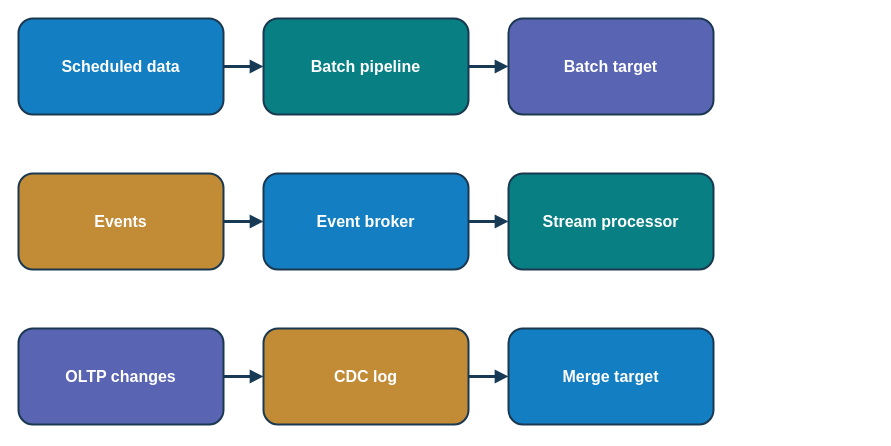
Above: page "Batch, streaming and CDC patterns" (3 of 4) of 01-data-engineering-foundations/01-introduction-to-data-engineering/architecture/day01-architectures.drawio in Techskills-Aus/azure-data-engineering (draw.io), before the change. Source tidied: cells renumbered, new cells numbered last; positions are measured from the earlier drawing's top-left corner, leaving out a move shared by most shapes. Both pictures are drawn from the tidied source at 100%, with x=0, y=0 at pixel (18, 18).
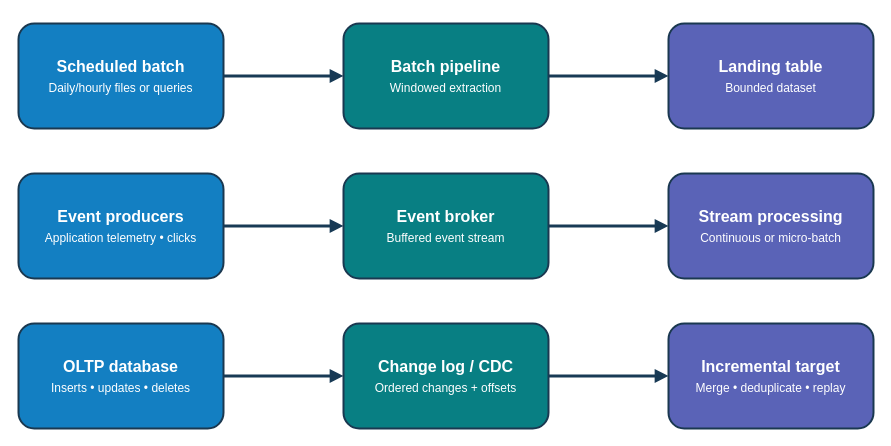
The same page after the edit.

The edit, as a diff of the source:
```diff
@@
 <mxGraphModel>
   <root>
     <mxCell id="0" />
     <mxCell id="1" parent="0" />
-    <mxCell id="2" value="Scheduled data" style="rounded=1;whiteSpace=wrap;html=1;fillColor=#137FC2;strokeColor=#1A3850;strokeWidth=2;fontColor=#FFFFFF;fontSize=16;fontStyle=1;align=center;verticalAlign=middle;" parent="1" vertex="1">
-      <mxGeometry width="205" height="96" as="geometry" />
-    </mxCell>
-    <mxCell id="3" value="Batch pipeline" style="rounded=1;whiteSpace=wrap;html=1;fillColor=#087F83;strokeColor=#1A3850;strokeWidth=2;fontColor=#FFFFFF;fontSize=16;fontStyle=1;align=center;verticalAlign=middle;" parent="1" vertex="1">
-      <mxGeometry x="245" width="205" height="96" as="geometry" />
-    </mxCell>
-    <mxCell id="4" style="edgeStyle=orthogonalEdgeStyle;rounded=1;html=1;endArrow=block;endFill=1;strokeColor=#183A55;strokeWidth=3;" parent="1" edge="1" source="2" target="3">
-      <mxGeometry relative="1" as="geometry" />
-    </mxCell>
-    <mxCell id="5" value="Batch target" style="rounded=1;whiteSpace=wrap;html=1;fillColor=#5964B3;strokeColor=#1A3850;strokeWidth=2;fontColor=#FFFFFF;fontSize=16;fontStyle=1;align=center;verticalAlign=middle;" parent="1" vertex="1">
-      <mxGeometry x="490" width="205" height="96" as="geometry" />
-    </mxCell>
-    <mxCell id="6" style="edgeStyle=orthogonalEdgeStyle;rounded=1;html=1;endArrow=block;endFill=1;strokeColor=#183A55;strokeWidth=3;" parent="1" edge="1" source="3" target="5">
-      <mxGeometry relative="1" as="geometry" />
-    </mxCell>
-    <mxCell id="7" value="Events" style="rounded=1;whiteSpace=wrap;html=1;fillColor=#C28B36;strokeColor=#1A3850;strokeWidth=2;fontColor=#FFFFFF;fontSize=16;fontStyle=1;align=center;verticalAlign=middle;" parent="1" vertex="1">
-      <mxGeometry y="155" width="205" height="96" as="geometry" />
-    </mxCell>
-    <mxCell id="8" value="Event broker" style="rounded=1;whiteSpace=wrap;html=1;fillColor=#137FC2;strokeColor=#1A3850;strokeWidth=2;fontColor=#FFFFFF;fontSize=16;fontStyle=1;align=center;verticalAlign=middle;" parent="1" vertex="1">
-      <mxGeometry x="245" y="155" width="205" height="96" as="geometry" />
-    </mxCell>
-    <mxCell id="9" style="edgeStyle=orthogonalEdgeStyle;rounded=1;html=1;endArrow=block;endFill=1;strokeColor=#183A55;strokeWidth=3;" parent="1" edge="1" source="7" target="8">
-      <mxGeometry relative="1" as="geometry" />
-    </mxCell>
-    <mxCell id="10" value="Stream processor" style="rounded=1;whiteSpace=wrap;html=1;fillColor=#087F83;strokeColor=#1A3850;strokeWidth=2;fontColor=#FFFFFF;fontSize=16;fontStyle=1;align=center;verticalAlign=middle;" parent="1" vertex="1">
-      <mxGeometry x="490" y="155" width="205" height="96" as="geometry" />
-    </mxCell>
-    <mxCell id="11" style="edgeStyle=orthogonalEdgeStyle;rounded=1;html=1;endArrow=block;endFill=1;strokeColor=#183A55;strokeWidth=3;" parent="1" edge="1" source="8" target="10">
-      <mxGeometry relative="1" as="geometry" />
-    </mxCell>
-    <mxCell id="12" value="OLTP changes" style="rounded=1;whiteSpace=wrap;html=1;fillColor=#5964B3;strokeColor=#1A3850;strokeWidth=2;fontColor=#FFFFFF;fontSize=16;fontStyle=1;align=center;verticalAlign=middle;" parent="1" vertex="1">
-      <mxGeometry y="310" width="205" height="96" as="geometry" />
-    </mxCell>
-    <mxCell id="13" value="CDC log" style="rounded=1;whiteSpace=wrap;html=1;fillColor=#C28B36;strokeColor=#1A3850;strokeWidth=2;fontColor=#FFFFFF;fontSize=16;fontStyle=1;align=center;verticalAlign=middle;" parent="1" vertex="1">
-      <mxGeometry x="245" y="310" width="205" height="96" as="geometry" />
-    </mxCell>
-    <mxCell id="14" style="edgeStyle=orthogonalEdgeStyle;rounded=1;html=1;endArrow=block;endFill=1;strokeColor=#183A55;strokeWidth=3;" parent="1" edge="1" source="12" target="13">
-      <mxGeometry relative="1" as="geometry" />
-    </mxCell>
-    <mxCell id="15" value="Merge target" style="rounded=1;whiteSpace=wrap;html=1;fillColor=#137FC2;strokeColor=#1A3850;strokeWidth=2;fontColor=#FFFFFF;fontSize=16;fontStyle=1;align=center;verticalAlign=middle;" parent="1" vertex="1">
-      <mxGeometry x="490" y="310" width="205" height="96" as="geometry" />
-    </mxCell>
-    <mxCell id="16" style="edgeStyle=orthogonalEdgeStyle;rounded=1;html=1;endArrow=block;endFill=1;strokeColor=#183A55;strokeWidth=3;" parent="1" edge="1" source="13" target="15">
-      <mxGeometry relative="1" as="geometry" />
-    </mxCell>
+    <mxCell id="17" value="&lt;b&gt;Scheduled batch&lt;/b&gt;&lt;br&gt;&lt;font style=&quot;font-size:12px&quot;&gt;Daily/hourly files or queries&lt;/font&gt;" style="rounded=1;whiteSpace=wrap;html=1;fillColor=#137FC2;strokeColor=#1A3850;strokeWidth=2;fontColor=#FFFFFF;fontSize=16;align=center;verticalAlign=middle;spacing=9;shadow=0;" parent="1" vertex="1">
+      <mxGeometry y="5" width="205" height="105" as="geometry" />
+    </mxCell>
+    <mxCell id="18" value="&lt;b&gt;Batch pipeline&lt;/b&gt;&lt;br&gt;&lt;font style=&quot;font-size:12px&quot;&gt;Windowed extraction&lt;/font&gt;" style="rounded=1;whiteSpace=wrap;html=1;fillColor=#087F83;strokeColor=#1A3850;strokeWidth=2;fontColor=#FFFFFF;fontSize=16;align=center;verticalAlign=middle;spacing=9;shadow=0;" parent="1" vertex="1">
+      <mxGeometry x="325" y="5" width="205" height="105" as="geometry" />
+    </mxCell>
+    <mxCell id="19" value="&lt;b&gt;Landing table&lt;/b&gt;&lt;br&gt;&lt;font style=&quot;font-size:12px&quot;&gt;Bounded dataset&lt;/font&gt;" style="rounded=1;whiteSpace=wrap;html=1;fillColor=#5A63B7;strokeColor=#1A3850;strokeWidth=2;fontColor=#FFFFFF;fontSize=16;align=center;verticalAlign=middle;spacing=9;shadow=0;" parent="1" vertex="1">
+      <mxGeometry x="650" y="5" width="205" height="105" as="geometry" />
+    </mxCell>
+    <mxCell id="20" value="&lt;b&gt;Event producers&lt;/b&gt;&lt;br&gt;&lt;font style=&quot;font-size:12px&quot;&gt;Application telemetry • clicks&lt;/font&gt;" style="rounded=1;whiteSpace=wrap;html=1;fillColor=#137FC2;strokeColor=#1A3850;strokeWidth=2;fontColor=#FFFFFF;fontSize=16;align=center;verticalAlign=middle;spacing=9;shadow=0;" parent="1" vertex="1">
+      <mxGeometry y="155" width="205" height="105" as="geometry" />
+    </mxCell>
+    <mxCell id="21" value="&lt;b&gt;Event broker&lt;/b&gt;&lt;br&gt;&lt;font style=&quot;font-size:12px&quot;&gt;Buffered event stream&lt;/font&gt;" style="rounded=1;whiteSpace=wrap;html=1;fillColor=#087F83;strokeColor=#1A3850;strokeWidth=2;fontColor=#FFFFFF;fontSize=16;align=center;verticalAlign=middle;spacing=9;shadow=0;" parent="1" vertex="1">
+      <mxGeometry x="325" y="155" width="205" height="105" as="geometry" />
+    </mxCell>
+    <mxCell id="22" value="&lt;b&gt;Stream processing&lt;/b&gt;&lt;br&gt;&lt;font style=&quot;font-size:12px&quot;&gt;Continuous or micro-batch&lt;/font&gt;" style="rounded=1;whiteSpace=wrap;html=1;fillColor=#5A63B7;strokeColor=#1A3850;strokeWidth=2;fontColor=#FFFFFF;fontSize=16;align=center;verticalAlign=middle;spacing=9;shadow=0;" parent="1" vertex="1">
+      <mxGeometry x="650" y="155" width="205" height="105" as="geometry" />
+    </mxCell>
+    <mxCell id="23" value="&lt;b&gt;OLTP database&lt;/b&gt;&lt;br&gt;&lt;font style=&quot;font-size:12px&quot;&gt;Inserts • updates • deletes&lt;/font&gt;" style="rounded=1;whiteSpace=wrap;html=1;fillColor=#137FC2;strokeColor=#1A3850;strokeWidth=2;fontColor=#FFFFFF;fontSize=16;align=center;verticalAlign=middle;spacing=9;shadow=0;" parent="1" vertex="1">
+      <mxGeometry y="305" width="205" height="105" as="geometry" />
+    </mxCell>
+    <mxCell id="24" value="&lt;b&gt;Change log / CDC&lt;/b&gt;&lt;br&gt;&lt;font style=&quot;font-size:12px&quot;&gt;Ordered changes + offsets&lt;/font&gt;" style="rounded=1;whiteSpace=wrap;html=1;fillColor=#087F83;strokeColor=#1A3850;strokeWidth=2;fontColor=#FFFFFF;fontSize=16;align=center;verticalAlign=middle;spacing=9;shadow=0;" parent="1" vertex="1">
+      <mxGeometry x="325" y="305" width="205" height="105" as="geometry" />
+    </mxCell>
+    <mxCell id="25" value="&lt;b&gt;Incremental target&lt;/b&gt;&lt;br&gt;&lt;font style=&quot;font-size:12px&quot;&gt;Merge • deduplicate • replay&lt;/font&gt;" style="rounded=1;whiteSpace=wrap;html=1;fillColor=#5A63B7;strokeColor=#1A3850;strokeWidth=2;fontColor=#FFFFFF;fontSize=16;align=center;verticalAlign=middle;spacing=9;shadow=0;" parent="1" vertex="1">
+      <mxGeometry x="650" y="305" width="205" height="105" as="geometry" />
+    </mxCell>
+    <mxCell id="26" style="edgeStyle=orthogonalEdgeStyle;rounded=1;jettySize=auto;html=1;strokeColor=#183A55;strokeWidth=3;endArrow=block;endFill=1;" parent="1" edge="1" source="17" target="18">
+      <mxGeometry relative="1" as="geometry" />
+    </mxCell>
+    <mxCell id="27" style="edgeStyle=orthogonalEdgeStyle;rounded=1;jettySize=auto;html=1;strokeColor=#183A55;strokeWidth=3;endArrow=block;endFill=1;" parent="1" edge="1" source="18" target="19">
+      <mxGeometry relative="1" as="geometry" />
+    </mxCell>
+    <mxCell id="28" style="edgeStyle=orthogonalEdgeStyle;rounded=1;jettySize=auto;html=1;strokeColor=#183A55;strokeWidth=3;endArrow=block;endFill=1;" parent="1" edge="1" source="20" target="21">
+      <mxGeometry relative="1" as="geometry" />
+    </mxCell>
+    <mxCell id="29" style="edgeStyle=orthogonalEdgeStyle;rounded=1;jettySize=auto;html=1;strokeColor=#183A55;strokeWidth=3;endArrow=block;endFill=1;" parent="1" edge="1" source="21" target="22">
+      <mxGeometry relative="1" as="geometry" />
+    </mxCell>
+    <mxCell id="30" style="edgeStyle=orthogonalEdgeStyle;rounded=1;jettySize=auto;html=1;strokeColor=#183A55;strokeWidth=3;endArrow=block;endFill=1;" parent="1" edge="1" source="23" target="24">
+      <mxGeometry relative="1" as="geometry" />
+    </mxCell>
+    <mxCell id="31" style="edgeStyle=orthogonalEdgeStyle;rounded=1;jettySize=auto;html=1;strokeColor=#183A55;strokeWidth=3;endArrow=block;endFill=1;" parent="1" edge="1" source="24" target="25">
+      <mxGeometry relative="1" as="geometry" />
+    </mxCell>
   </root>
 </mxGraphModel>
```
